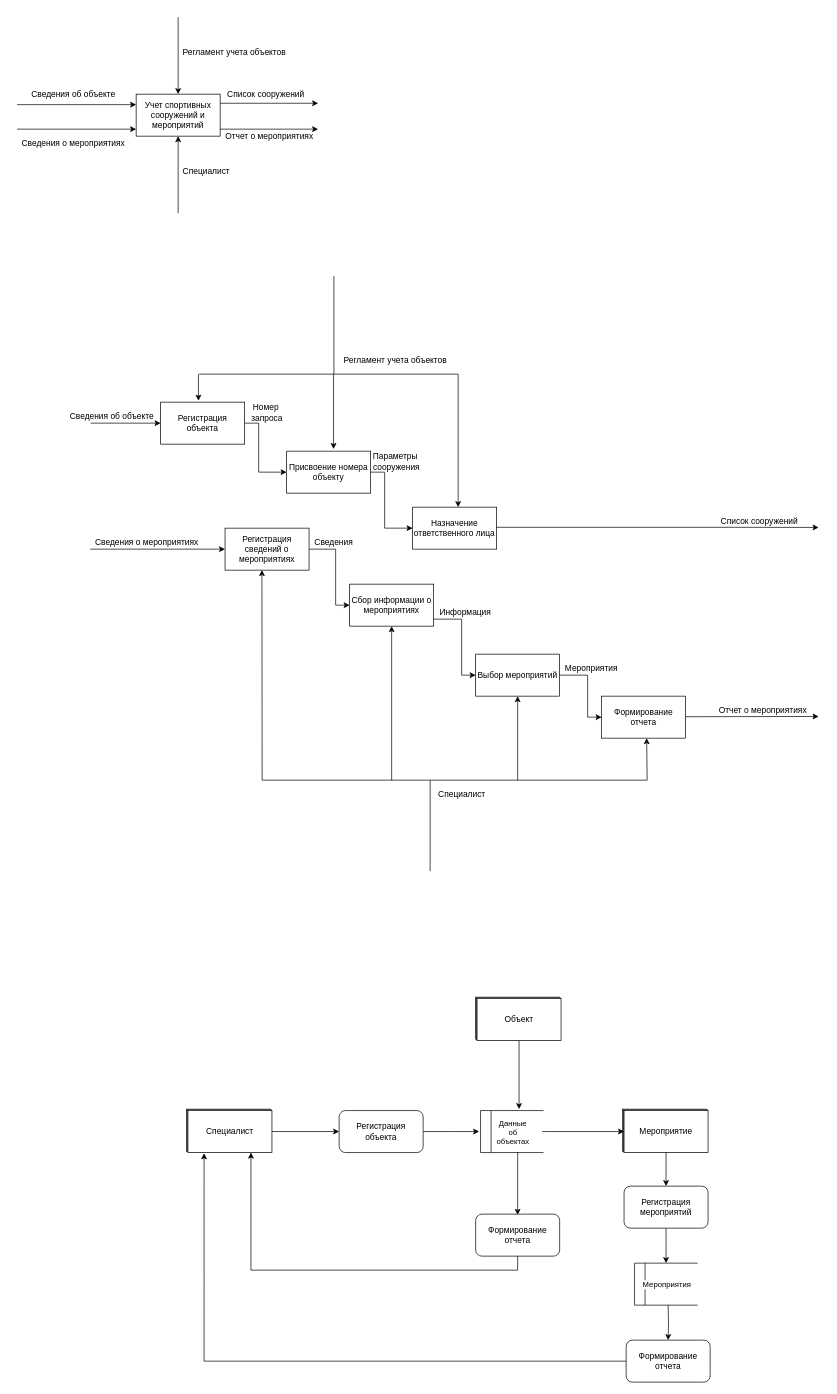
Earlier version of the draw.io diagram Untitled Diagram.drawio (RGNGIT/DBStructCourse). Source tidied: cells renumbered, new cells numbered last; positions are measured from the earlier drawing's top-left corner, leaving out a move shared by most shapes. Both pictures are drawn from the tidied source at 70%, with x=0, y=0 at pixel (17, 17).
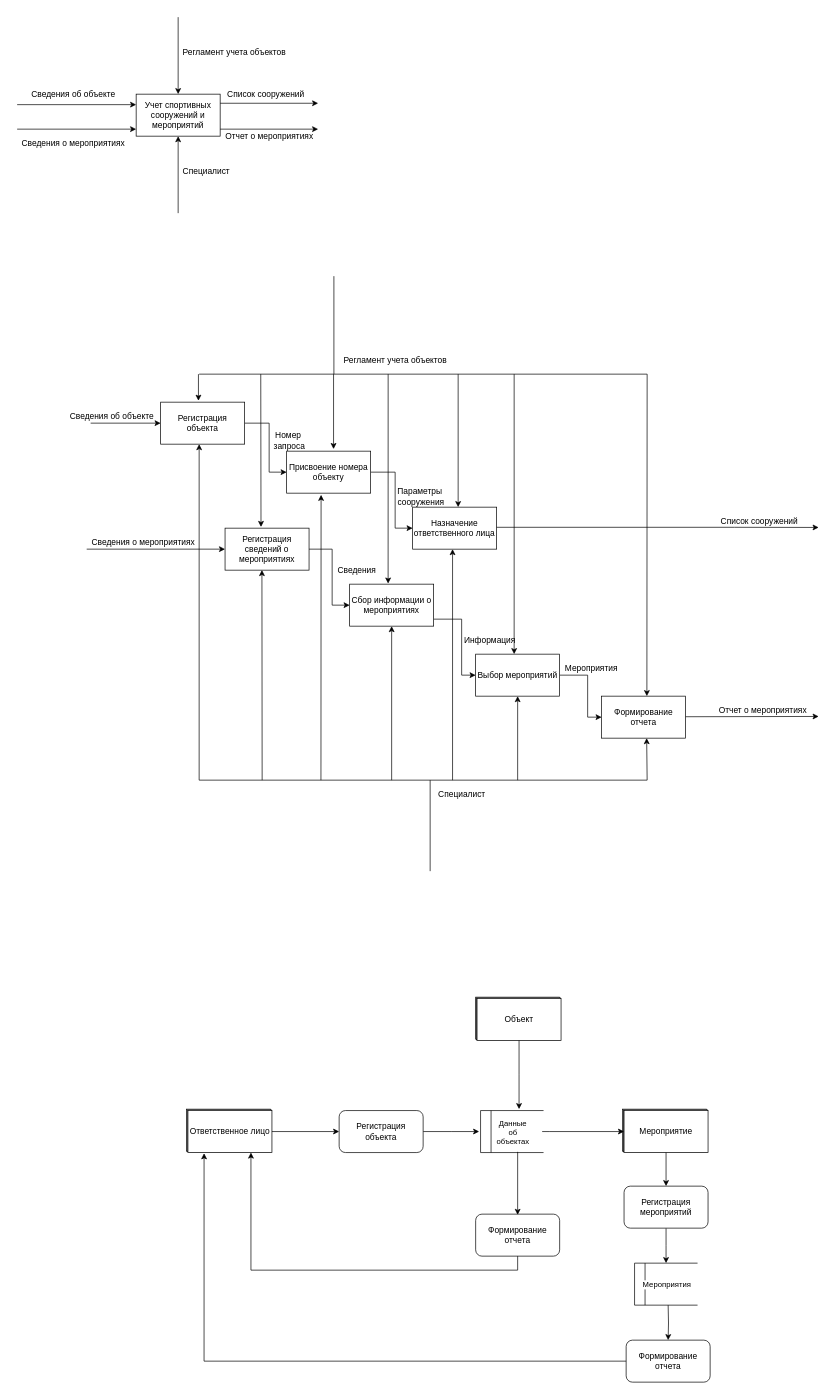
Above is the later version.

The change refers to these unchanged cells:
```xml
<mxCell id="14" value="Регистрация объекта" style="rounded=0;whiteSpace=wrap;html=1;" parent="1" vertex="1">
  <mxGeometry x="205" y="550" width="120" height="60" as="geometry" />
</mxCell>
<mxCell id="16" value="Присвоение номера объекту" style="rounded=0;whiteSpace=wrap;html=1;" parent="1" vertex="1">
  <mxGeometry x="385" y="620" width="120" height="60" as="geometry" />
</mxCell>
<mxCell id="18" value="Назначение ответственного лица" style="rounded=0;whiteSpace=wrap;html=1;" parent="1" vertex="1">
  <mxGeometry x="565" y="700" width="120" height="60" as="geometry" />
</mxCell>
<mxCell id="22" style="group;" parent="1" vertex="1">
  <mxGeometry x="242" y="1560" width="122" height="62" as="geometry" />
</mxCell>
<mxCell id="39" value="Регистрация сведений о мероприятиях" style="rounded=0;whiteSpace=wrap;html=1;" parent="1" vertex="1">
  <mxGeometry x="297" y="730" width="120" height="60" as="geometry" />
</mxCell>
<mxCell id="43" value="Сбор информации о мероприятиях" style="rounded=0;whiteSpace=wrap;html=1;" parent="1" vertex="1">
  <mxGeometry x="475" y="810" width="120" height="60" as="geometry" />
</mxCell>
```

Change to the diagram source:
```diff
@@
     <mxCell id="13" style="edgeStyle=orthogonalEdgeStyle;rounded=0;jettySize=auto;html=1;entryX=0;entryY=0.5;entryDx=0;entryDy=0;" parent="1" edge="1" source="14" target="16">
       <mxGeometry relative="1" as="geometry">
         <Array as="points">
-          <mxPoint x="345" y="580" />
-          <mxPoint x="345" y="650" />
+          <mxPoint x="360" y="580" />
+          <mxPoint x="360" y="650" />
         </Array>
       </mxGeometry>
     </mxCell>
@@
     <mxCell id="15" style="edgeStyle=orthogonalEdgeStyle;rounded=0;jettySize=auto;html=1;entryX=0;entryY=0.5;entryDx=0;entryDy=0;" parent="1" edge="1" source="16" target="18">
       <mxGeometry relative="1" as="geometry">
         <Array as="points">
-          <mxPoint x="525" y="650" />
-          <mxPoint x="525" y="730" />
+          <mxPoint x="540" y="650" />
+          <mxPoint x="540" y="730" />
         </Array>
       </mxGeometry>
     </mxCell>
@@
     <mxCell id="17" value="Номер&lt;br&gt;&amp;nbsp;запроса" style="text;html=1;align=center;verticalAlign=middle;strokeColor=none;" parent="1" vertex="1">
-      <mxGeometry x="325" y="550" width="60" height="30" as="geometry" />
+      <mxGeometry x="357" y="590" width="60" height="30" as="geometry" />
     </mxCell>
@@
     <mxCell id="19" value="Параметры&lt;br&gt;&amp;nbsp;сооружения" style="text;html=1;align=center;verticalAlign=middle;strokeColor=none;" parent="1" vertex="1">
-      <mxGeometry x="495" y="620" width="90" height="30" as="geometry" />
+      <mxGeometry x="530" y="670" width="90" height="30" as="geometry" />
     </mxCell>
@@
-    <mxCell id="25" value="Специалист" style="rounded=0;whiteSpace=wrap;html=1;" parent="22" vertex="1">
+    <mxCell id="25" value="Ответственное лицо" style="rounded=0;whiteSpace=wrap;html=1;" parent="22" vertex="1">
       <mxGeometry x="2" y="2" width="120" height="60" as="geometry" />
     </mxCell>
@@
     <mxCell id="38" style="edgeStyle=orthogonalEdgeStyle;rounded=0;jettySize=auto;html=1;entryX=0;entryY=0.5;entryDx=0;entryDy=0;" parent="1" edge="1" source="39" target="43">
       <mxGeometry relative="1" as="geometry">
         <Array as="points">
-          <mxPoint x="455" y="760" />
-          <mxPoint x="455" y="840" />
+          <mxPoint x="450" y="760" />
+          <mxPoint x="450" y="840" />
         </Array>
       </mxGeometry>
     </mxCell>
@@
     <mxCell id="40" value="Сведения о мероприятиях" style="text;html=1;align=center;verticalAlign=middle;points=[];strokeColor=none;" parent="1" vertex="1">
-      <mxGeometry x="105" y="740" width="160" height="20" as="geometry" />
+      <mxGeometry x="100" y="740" width="160" height="20" as="geometry" />
     </mxCell>
@@
     <mxCell id="49" value="Сведения" style="text;html=1;align=center;verticalAlign=middle;strokeColor=none;" parent="1" vertex="1">
-      <mxGeometry x="417" y="740" width="70" height="20" as="geometry" />
+      <mxGeometry x="450" y="780" width="70" height="20" as="geometry" />
     </mxCell>
     <mxCell id="50" value="Информация" style="text;html=1;align=center;verticalAlign=middle;strokeColor=none;" parent="1" vertex="1">
-      <mxGeometry x="595" y="840" width="90" height="20" as="geometry" />
+      <mxGeometry x="630" y="880" width="90" height="20" as="geometry" />
     </mxCell>
@@
     <mxCell id="81" style="endArrow=none;html=1;" parent="1" edge="1">
       <mxGeometry relative="1" as="geometry">
         <mxPoint x="260" y="510" as="sourcePoint" />
-        <mxPoint x="630" y="510" as="targetPoint" />
+        <mxPoint x="900" y="510" as="targetPoint" />
       </mxGeometry>
     </mxCell>
@@
     <mxCell id="86" style="endArrow=none;html=1;" parent="1" edge="1">
       <mxGeometry relative="1" as="geometry">
-        <mxPoint x="350" y="1090" as="sourcePoint" />
+        <mxPoint x="260" y="1090" as="sourcePoint" />
         <mxPoint x="900" y="1090" as="targetPoint" />
       </mxGeometry>
     </mxCell>
@@
+    <mxCell id="91" style="endArrow=classic;html=1;entryX=0.428;entryY=-0.028;entryDx=0;entryDy=0;entryPerimeter=0;" parent="1" edge="1" target="39">
+      <mxGeometry relative="1" as="geometry">
+        <mxPoint x="348" y="510" as="sourcePoint" />
+      </mxGeometry>
+    </mxCell>
+    <mxCell id="92" style="endArrow=classic;html=1;entryX=0.458;entryY=-0.014;entryDx=0;entryDy=0;entryPerimeter=0;" parent="1" edge="1" target="43">
+      <mxGeometry relative="1" as="geometry">
+        <mxPoint x="530" y="510" as="sourcePoint" />
+      </mxGeometry>
+    </mxCell>
+    <mxCell id="93" style="endArrow=classic;html=1;entryX=0.5;entryY=0;entryDx=0;entryDy=0;" parent="1" edge="1">
+      <mxGeometry relative="1" as="geometry">
+        <mxPoint x="710" y="510" as="sourcePoint" />
+        <mxPoint x="710" y="910" as="targetPoint" />
+      </mxGeometry>
+    </mxCell>
+    <mxCell id="94" style="endArrow=classic;html=1;entryX=0.41;entryY=1.04;entryDx=0;entryDy=0;entryPerimeter=0;" parent="1" edge="1" target="16">
+      <mxGeometry relative="1" as="geometry">
+        <mxPoint x="434" y="1090" as="sourcePoint" />
+      </mxGeometry>
+    </mxCell>
+    <mxCell id="95" style="endArrow=classic;html=1;" parent="1" edge="1">
+      <mxGeometry relative="1" as="geometry">
+        <mxPoint x="622" y="1090" as="sourcePoint" />
+        <mxPoint x="622" y="760" as="targetPoint" />
+      </mxGeometry>
+    </mxCell>
+    <mxCell id="96" style="endArrow=classic;html=1;entryX=0.5;entryY=1;entryDx=0;entryDy=0;" parent="1" edge="1">
+      <mxGeometry relative="1" as="geometry">
+        <mxPoint x="260" y="1090" as="sourcePoint" />
+        <mxPoint x="260" y="610" as="targetPoint" />
+      </mxGeometry>
+    </mxCell>
+    <mxCell id="97" style="endArrow=classic;html=1;entryX=0.5;entryY=0;entryDx=0;entryDy=0;" parent="1" edge="1">
+      <mxGeometry relative="1" as="geometry">
+        <mxPoint x="900" y="510" as="sourcePoint" />
+        <mxPoint x="899.6" y="970" as="targetPoint" />
+      </mxGeometry>
+    </mxCell>
```
